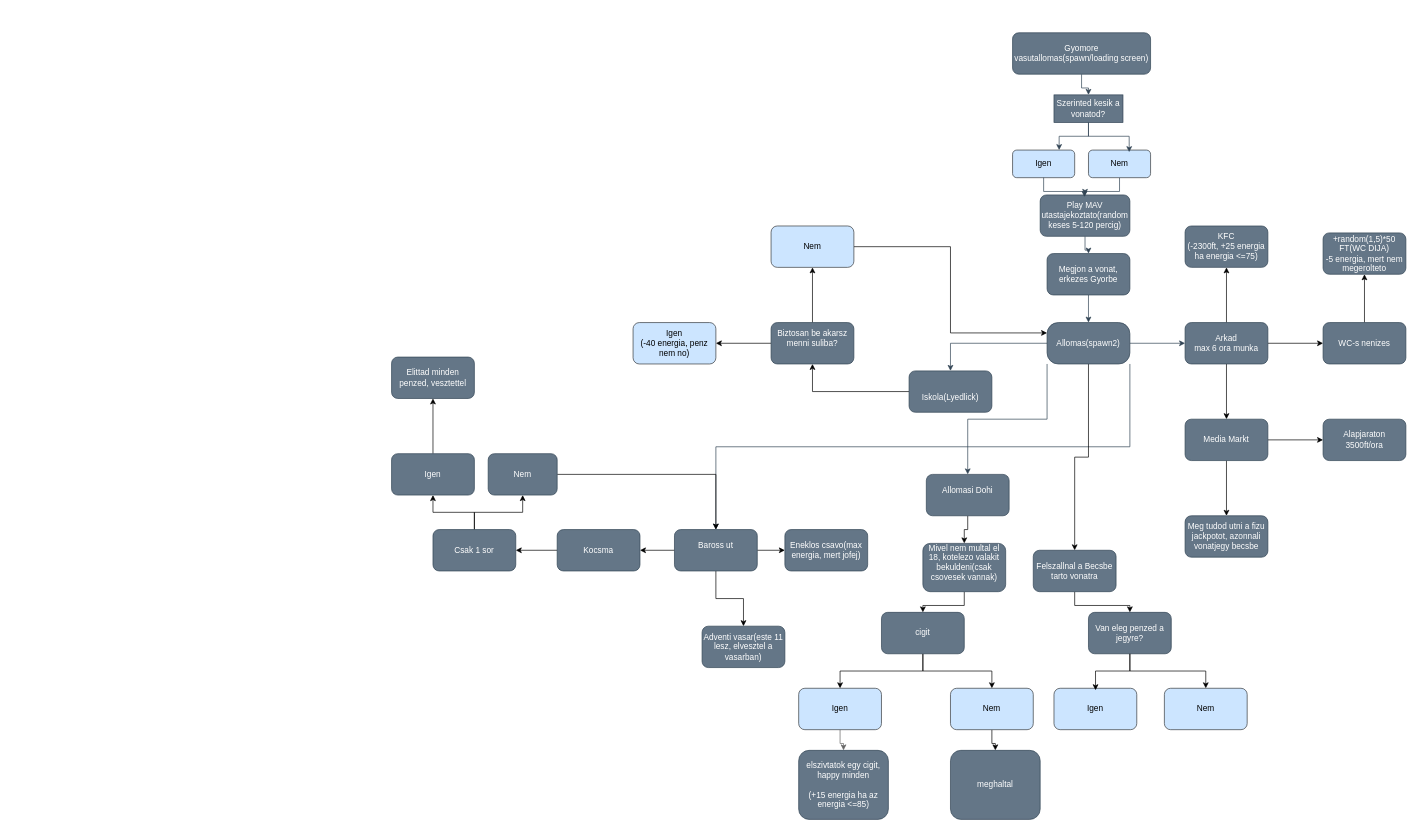
The draw.io diagram Gyorsimulato2.drawio in nvkmln/gyorsimulator2, before the edit. Source tidied: cells renumbered, new cells numbered last; positions are measured from the earlier drawing's top-left corner, leaving out a move shared by most shapes. Both pictures are drawn from the tidied source at 69%, with x=0, y=0 at pixel (391, 32).
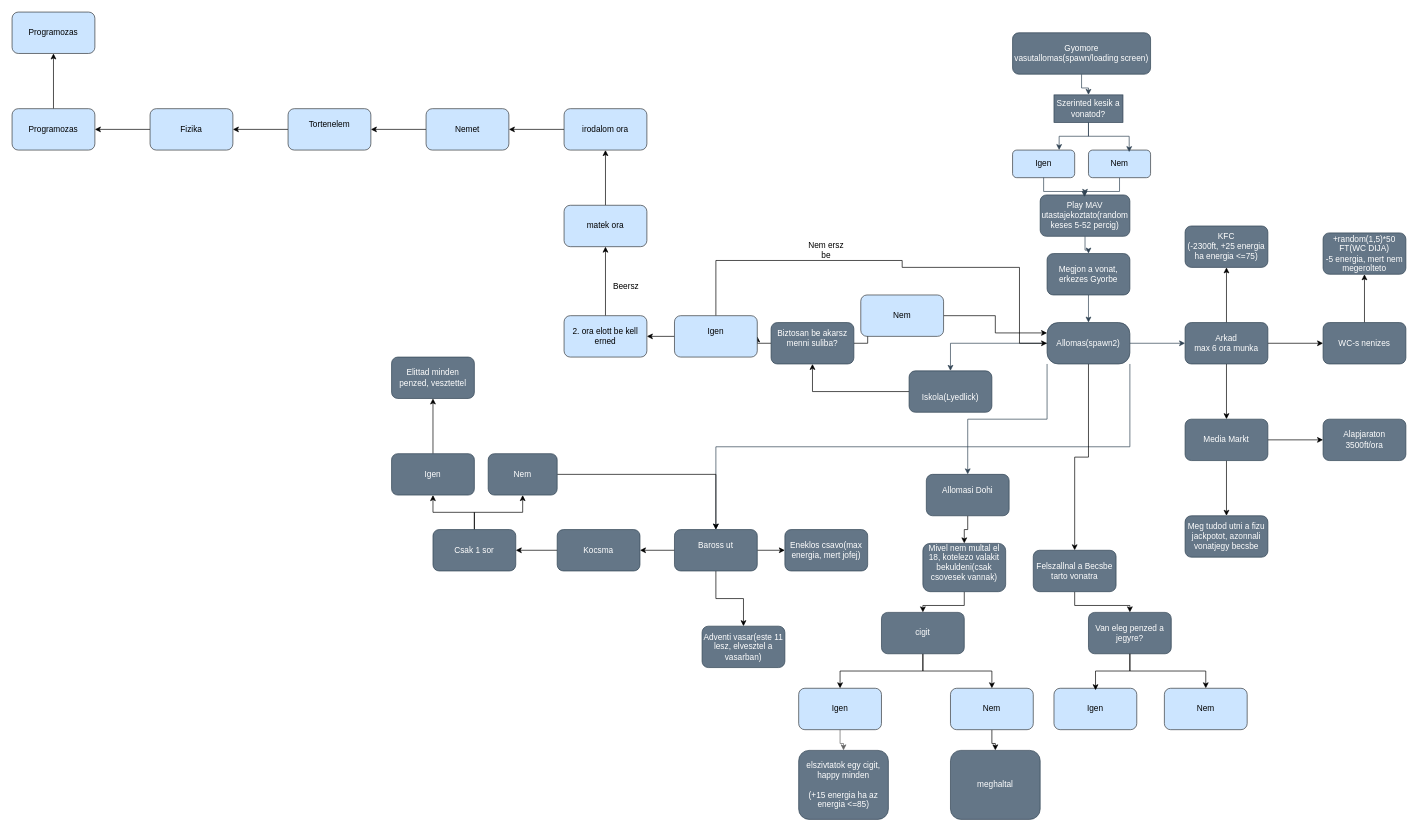
The same diagram, later.

Unchanged cells that the change refers to:
```xml
<mxCell id="21" value="Allomas(spawn2)" style="rounded=1;whiteSpace=wrap;html=1;fillColor=#647687;fontColor=#ffffff;strokeColor=#314354;arcSize=27;" parent="1" vertex="1">
  <mxGeometry x="950" y="420" width="120" height="60" as="geometry" />
</mxCell>
```

What changed in the source:
```diff
@@
-    <mxCell id="12" value="Play MAV utastajekoztato(random keses 5-120 percig)" style="rounded=1;whiteSpace=wrap;html=1;fillColor=#647687;fontColor=#ffffff;strokeColor=#314354;" parent="1" vertex="1">
+    <mxCell id="12" value="Play MAV utastajekoztato(random keses 5-52 percig)" style="rounded=1;whiteSpace=wrap;html=1;fillColor=#647687;fontColor=#ffffff;strokeColor=#314354;" parent="1" vertex="1">
       <mxGeometry x="940" y="235" width="130" height="60" as="geometry" />
     </mxCell>
@@
     <mxCell id="38" value="Nem" style="whiteSpace=wrap;html=1;fillColor=#cce5ff;strokeColor=#36393d;rounded=1;" parent="1" vertex="1">
-      <mxGeometry x="550" y="280" width="120" height="60" as="geometry" />
+      <mxGeometry x="680" y="380" width="120" height="60" as="geometry" />
     </mxCell>
+    <mxCell id="79" style="edgeStyle=orthogonalEdgeStyle;rounded=0;jettySize=auto;html=1;" parent="1" edge="1" source="39" target="82">
+      <mxGeometry relative="1" as="geometry" />
+    </mxCell>
+    <mxCell id="80" style="edgeStyle=orthogonalEdgeStyle;rounded=0;jettySize=auto;html=1;" parent="1" edge="1" source="39" target="21">
+      <mxGeometry relative="1" as="geometry">
+        <Array as="points">
+          <mxPoint x="470" y="330" />
+          <mxPoint x="740" y="330" />
+          <mxPoint x="740" y="340" />
+          <mxPoint x="910" y="340" />
+          <mxPoint x="910" y="450" />
+        </Array>
+      </mxGeometry>
+    </mxCell>
-    <mxCell id="39" value="Igen&lt;br&gt;(-40 energia, penz nem no)" style="whiteSpace=wrap;html=1;fillColor=#cce5ff;strokeColor=#36393d;rounded=1;" parent="1" vertex="1">
-      <mxGeometry x="350" y="420" width="120" height="60" as="geometry" />
+    <mxCell id="39" value="Igen&lt;div&gt;&lt;br&gt;&lt;/div&gt;" style="whiteSpace=wrap;html=1;fillColor=#cce5ff;strokeColor=#36393d;rounded=1;" parent="1" vertex="1">
+      <mxGeometry x="410" y="410" width="120" height="60" as="geometry" />
     </mxCell>
@@
+    <mxCell id="81" style="edgeStyle=orthogonalEdgeStyle;rounded=0;jettySize=auto;html=1;" parent="1" edge="1" source="82" target="84">
+      <mxGeometry relative="1" as="geometry" />
+    </mxCell>
+    <mxCell id="82" value="2. ora elott be kell erned" style="whiteSpace=wrap;html=1;fillColor=#cce5ff;strokeColor=#36393d;rounded=1;" parent="1" vertex="1">
+      <mxGeometry x="250" y="410" width="120" height="60" as="geometry" />
+    </mxCell>
+    <mxCell id="83" style="edgeStyle=orthogonalEdgeStyle;rounded=0;jettySize=auto;html=1;" parent="1" edge="1" source="84" target="88">
+      <mxGeometry relative="1" as="geometry" />
+    </mxCell>
+    <mxCell id="84" value="matek ora" style="whiteSpace=wrap;html=1;fillColor=#cce5ff;strokeColor=#36393d;rounded=1;" parent="1" vertex="1">
+      <mxGeometry x="250" y="250" width="120" height="60" as="geometry" />
+    </mxCell>
+    <mxCell id="85" value="Beersz&lt;div&gt;&lt;br&gt;&lt;/div&gt;" style="text;html=1;align=center;verticalAlign=middle;whiteSpace=wrap;rounded=0;" parent="1" vertex="1">
+      <mxGeometry x="310" y="360" width="60" height="30" as="geometry" />
+    </mxCell>
+    <mxCell id="86" value="Nem ersz be" style="text;html=1;align=center;verticalAlign=middle;whiteSpace=wrap;rounded=0;" parent="1" vertex="1">
+      <mxGeometry x="600" y="300" width="60" height="30" as="geometry" />
+    </mxCell>
+    <mxCell id="87" style="edgeStyle=orthogonalEdgeStyle;rounded=0;jettySize=auto;html=1;" parent="1" edge="1" source="88" target="90">
+      <mxGeometry relative="1" as="geometry" />
+    </mxCell>
+    <mxCell id="88" value="irodalom ora" style="whiteSpace=wrap;html=1;fillColor=#cce5ff;strokeColor=#36393d;rounded=1;" parent="1" vertex="1">
+      <mxGeometry x="250" y="110" width="120" height="60" as="geometry" />
+    </mxCell>
+    <mxCell id="89" style="edgeStyle=orthogonalEdgeStyle;rounded=0;jettySize=auto;html=1;" parent="1" edge="1" source="90" target="92">
+      <mxGeometry relative="1" as="geometry" />
+    </mxCell>
+    <mxCell id="90" value="Nemet" style="whiteSpace=wrap;html=1;fillColor=#cce5ff;strokeColor=#36393d;rounded=1;" parent="1" vertex="1">
+      <mxGeometry x="50" y="110" width="120" height="60" as="geometry" />
+    </mxCell>
+    <mxCell id="91" style="edgeStyle=orthogonalEdgeStyle;rounded=0;jettySize=auto;html=1;" parent="1" edge="1" source="92" target="94">
+      <mxGeometry relative="1" as="geometry" />
+    </mxCell>
+    <mxCell id="92" value="Tortenelem&lt;div&gt;&lt;br&gt;&lt;/div&gt;" style="whiteSpace=wrap;html=1;fillColor=#cce5ff;strokeColor=#36393d;rounded=1;" parent="1" vertex="1">
+      <mxGeometry x="-150" y="110" width="120" height="60" as="geometry" />
+    </mxCell>
+    <mxCell id="93" style="edgeStyle=orthogonalEdgeStyle;rounded=0;jettySize=auto;html=1;" parent="1" edge="1" source="94" target="96">
+      <mxGeometry relative="1" as="geometry" />
+    </mxCell>
+    <mxCell id="94" value="Fizika" style="whiteSpace=wrap;html=1;fillColor=#cce5ff;strokeColor=#36393d;rounded=1;" parent="1" vertex="1">
+      <mxGeometry x="-350" y="110" width="120" height="60" as="geometry" />
+    </mxCell>
+    <mxCell id="95" style="edgeStyle=orthogonalEdgeStyle;rounded=0;jettySize=auto;html=1;" parent="1" edge="1" source="96" target="97">
+      <mxGeometry relative="1" as="geometry" />
+    </mxCell>
+    <mxCell id="96" value="Programozas" style="whiteSpace=wrap;html=1;fillColor=#cce5ff;strokeColor=#36393d;rounded=1;" parent="1" vertex="1">
+      <mxGeometry x="-550" y="110" width="120" height="60" as="geometry" />
+    </mxCell>
+    <mxCell id="97" value="Programozas" style="whiteSpace=wrap;html=1;fillColor=#cce5ff;strokeColor=#36393d;rounded=1;" parent="1" vertex="1">
+      <mxGeometry x="-550" y="-30" width="120" height="60" as="geometry" />
+    </mxCell>
```
